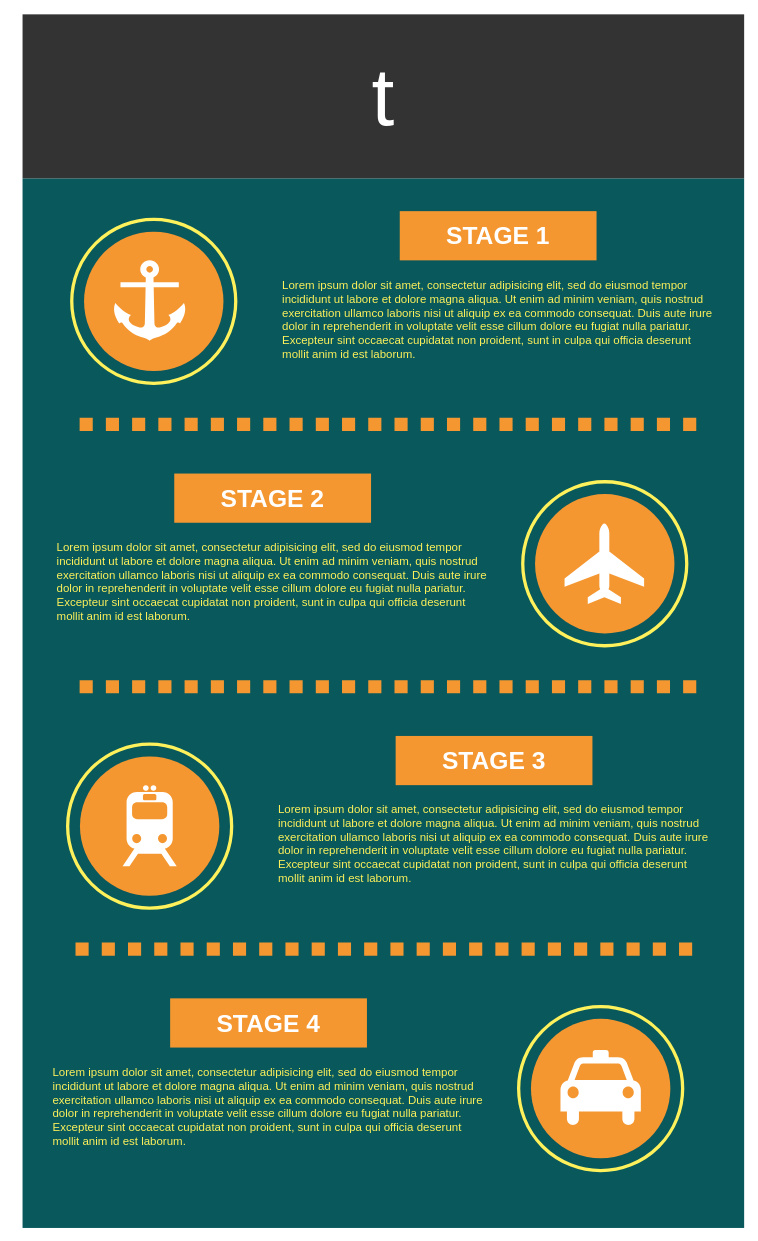
lucasdreger/diagrams keeps this draw.io diagram as test1.drawio. Above is the earlier version. Source tidied: cells renumbered, new cells numbered last; positions are measured from the earlier drawing's top-left corner, leaving out a move shared by most shapes. Both pictures are drawn from the tidied source at 82%, with x=0, y=0 at pixel (22, 14).
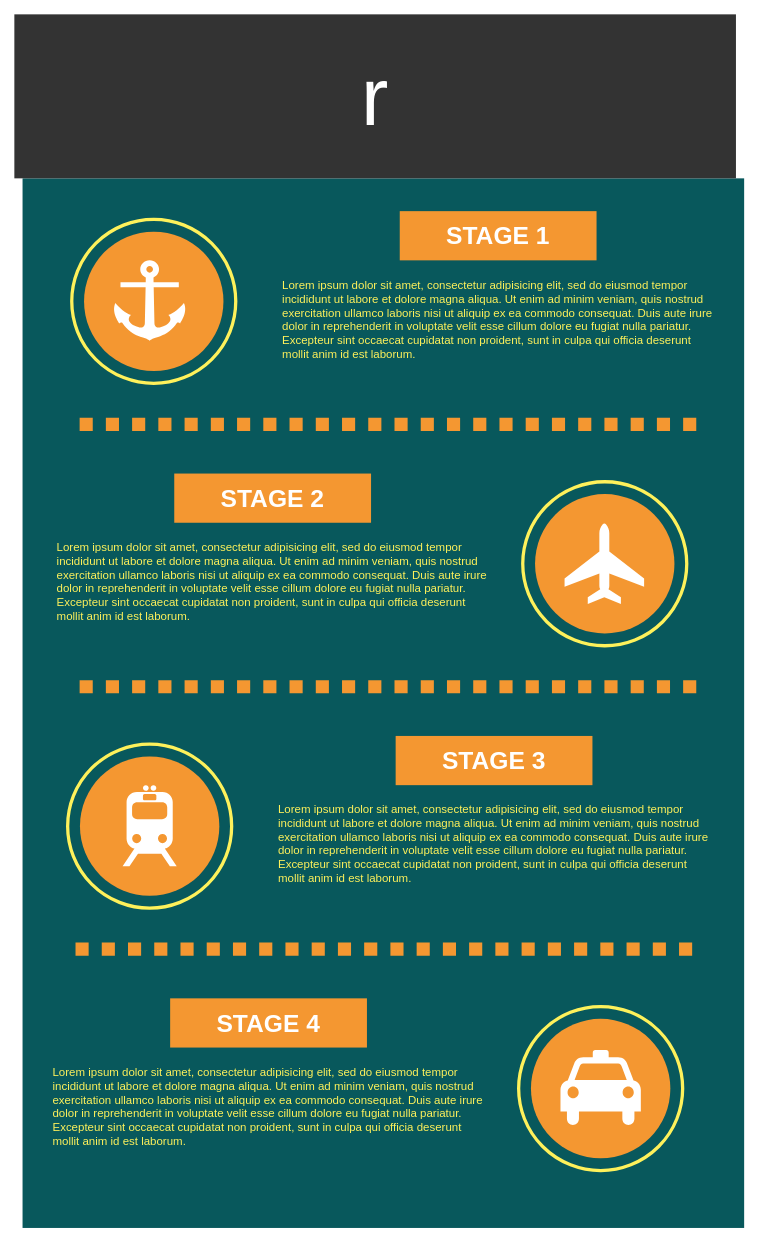
Above is the later version.

Diff of the diagram source:
```diff
@@
-    <mxCell id="3" value="t" style="whiteSpace=wrap;html=1;rounded=0;shadow=0;dashed=0;strokeColor=none;strokeWidth=4;fillColor=#333333;gradientColor=none;fontFamily=Helvetica;fontSize=100;fontColor=#FFFFFF;align=center;" parent="1" vertex="1">
-      <mxGeometry width="880" height="200" as="geometry" />
+    <mxCell id="3" value="r" style="whiteSpace=wrap;html=1;rounded=0;shadow=0;dashed=0;strokeColor=none;strokeWidth=4;fillColor=#333333;gradientColor=none;fontFamily=Helvetica;fontSize=100;fontColor=#FFFFFF;align=center;" parent="1" vertex="1">
+      <mxGeometry x="-10" width="880" height="200" as="geometry" />
     </mxCell>
```
